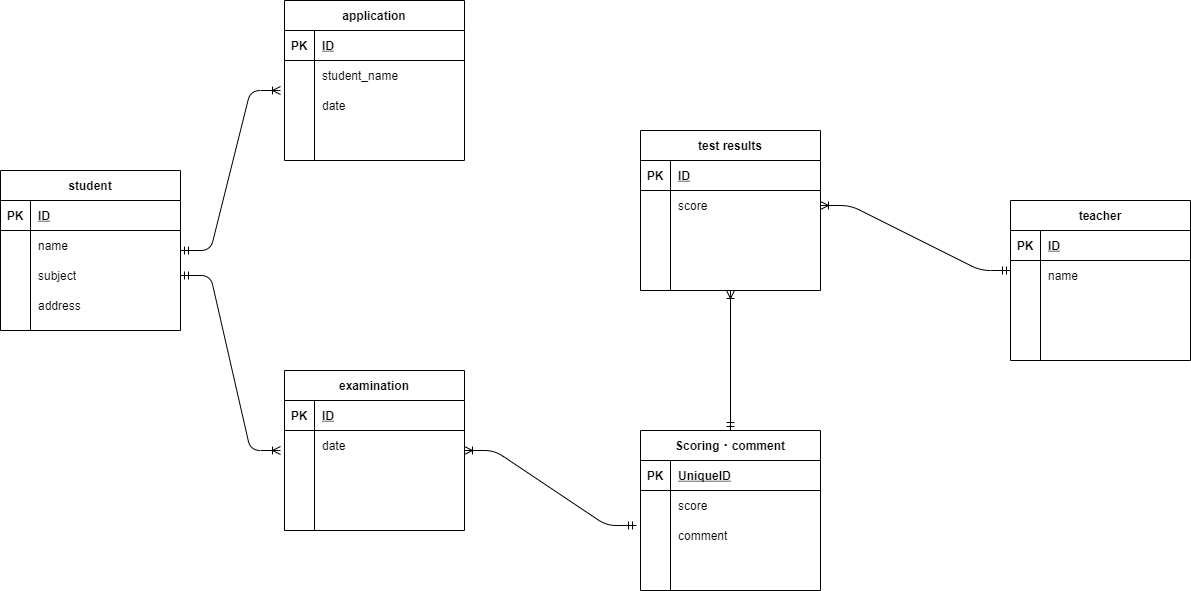
Above: index.drawio.png in nishida-riyo/coachtech-DBER (draw.io), before the change. Source tidied: cells renumbered, new cells last; positions are measured from the earlier drawing's top-left corner, leaving out a move shared by most shapes.
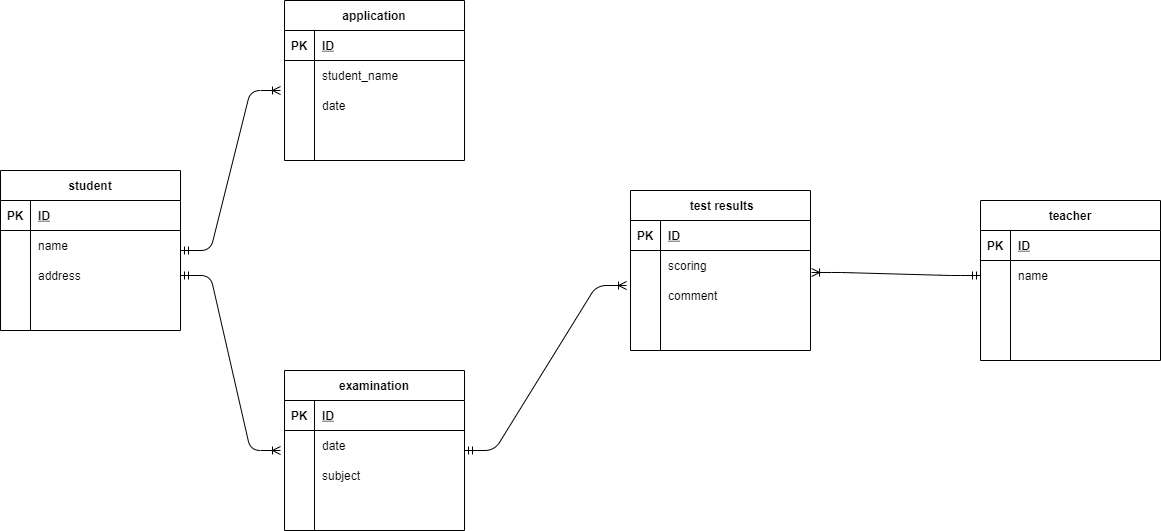
Above is the later version.

Commit message:
データベース演習課題修正

What changed in the source:
```diff
@@ -29,7 +29,7 @@
     <mxCell id="10" style="shape=partialRectangle;fillColor=none;top=0;left=0;bottom=0;right=0;overflow=hidden;" parent="9" vertex="1">
       <mxGeometry width="30" height="30" as="geometry" />
     </mxCell>
-    <mxCell id="11" value="subject" style="shape=partialRectangle;fillColor=none;top=0;left=0;bottom=0;right=0;align=left;spacingLeft=6;overflow=hidden;" parent="9" vertex="1">
+    <mxCell id="11" value="address" style="shape=partialRectangle;fillColor=none;top=0;left=0;bottom=0;right=0;align=left;spacingLeft=6;overflow=hidden;" parent="9" vertex="1">
       <mxGeometry x="30" width="150" height="30" as="geometry" />
     </mxCell>
     <mxCell id="12" style="shape=partialRectangle;fillColor=none;top=0;left=0;bottom=0;right=0;" parent="2" vertex="1">
@@ -38,7 +38,7 @@
     <mxCell id="13" style="shape=partialRectangle;fillColor=none;top=0;left=0;bottom=0;right=0;overflow=hidden;" parent="12" vertex="1">
       <mxGeometry width="30" height="30" as="geometry" />
     </mxCell>
-    <mxCell id="14" value="address" style="shape=partialRectangle;fillColor=none;top=0;left=0;bottom=0;right=0;align=left;spacingLeft=6;overflow=hidden;" parent="12" vertex="1">
+    <mxCell id="14" style="shape=partialRectangle;fillColor=none;top=0;left=0;bottom=0;right=0;align=left;spacingLeft=6;overflow=hidden;" parent="12" vertex="1">
       <mxGeometry x="30" width="150" height="30" as="geometry" />
     </mxCell>
     <mxCell id="15" value="application" style="shape=table;startSize=30;rowLines=0;fontStyle=1;align=center;" parent="1" vertex="1">
@@ -107,7 +107,7 @@
     <mxCell id="36" style="shape=partialRectangle;fillColor=none;top=0;left=0;bottom=0;right=0;overflow=hidden;" parent="35" vertex="1">
       <mxGeometry width="30" height="30" as="geometry" />
     </mxCell>
-    <mxCell id="37" style="shape=partialRectangle;fillColor=none;top=0;left=0;bottom=0;right=0;align=left;spacingLeft=6;overflow=hidden;" parent="35" vertex="1">
+    <mxCell id="37" value="subject" style="shape=partialRectangle;fillColor=none;top=0;left=0;bottom=0;right=0;align=left;spacingLeft=6;overflow=hidden;" parent="35" vertex="1">
       <mxGeometry x="30" width="150" height="30" as="geometry" />
     </mxCell>
     <mxCell id="38" style="shape=partialRectangle;fillColor=none;top=0;left=0;bottom=0;right=0;" parent="28" vertex="1">
@@ -120,7 +120,7 @@
       <mxGeometry x="30" width="150" height="30" as="geometry" />
     </mxCell>
     <mxCell id="41" value="teacher" style="shape=table;startSize=30;rowLines=0;fontStyle=1;align=center;" parent="1" vertex="1">
-      <mxGeometry x="1010" y="200" width="180" height="160" as="geometry" />
+      <mxGeometry x="980" y="200" width="180" height="160" as="geometry" />
     </mxCell>
     <mxCell id="42" style="shape=partialRectangle;fillColor=none;top=0;left=0;bottom=1;right=0;" parent="41" vertex="1">
       <mxGeometry y="30" width="180" height="30" as="geometry" />
@@ -169,47 +169,8 @@
         <mxPoint x="280" y="450" as="targetPoint" />
       </mxGeometry>
     </mxCell>
-    <mxCell id="56" value="test results" style="shape=table;startSize=30;rowLines=0;fontStyle=1;align=center;" parent="1" vertex="1">
-      <mxGeometry x="640" y="130" width="180" height="160" as="geometry" />
-    </mxCell>
-    <mxCell id="57" style="shape=partialRectangle;fillColor=none;top=0;left=0;bottom=1;right=0;" parent="56" vertex="1">
-      <mxGeometry y="30" width="180" height="30" as="geometry" />
-    </mxCell>
-    <mxCell id="58" value="PK" style="shape=partialRectangle;fillColor=none;top=0;left=0;bottom=0;right=0;fontStyle=1;overflow=hidden;" parent="57" vertex="1">
-      <mxGeometry width="30" height="30" as="geometry" />
-    </mxCell>
-    <mxCell id="59" value="ID" style="shape=partialRectangle;fillColor=none;top=0;left=0;bottom=0;right=0;align=left;spacingLeft=6;fontStyle=5;overflow=hidden;" parent="57" vertex="1">
-      <mxGeometry x="30" width="150" height="30" as="geometry" />
-    </mxCell>
-    <mxCell id="60" style="shape=partialRectangle;fillColor=none;top=0;left=0;bottom=0;right=0;points=[[0,0.5],[1,0.5]];portConstraint=eastwest;" parent="56" vertex="1">
-      <mxGeometry y="60" width="180" height="30" as="geometry" />
-    </mxCell>
-    <mxCell id="61" style="shape=partialRectangle;fillColor=none;top=0;left=0;bottom=0;right=0;overflow=hidden;" parent="60" vertex="1">
-      <mxGeometry width="30" height="30" as="geometry" />
-    </mxCell>
-    <mxCell id="62" value="score" style="shape=partialRectangle;fillColor=none;top=0;left=0;bottom=0;right=0;align=left;spacingLeft=6;overflow=hidden;" parent="60" vertex="1">
-      <mxGeometry x="30" width="150" height="30" as="geometry" />
-    </mxCell>
-    <mxCell id="63" style="shape=partialRectangle;fillColor=none;top=0;left=0;bottom=0;right=0;" parent="56" vertex="1">
-      <mxGeometry y="90" width="180" height="30" as="geometry" />
-    </mxCell>
-    <mxCell id="64" style="shape=partialRectangle;fillColor=none;top=0;left=0;bottom=0;right=0;overflow=hidden;" parent="63" vertex="1">
-      <mxGeometry width="30" height="30" as="geometry" />
-    </mxCell>
-    <mxCell id="65" style="shape=partialRectangle;fillColor=none;top=0;left=0;bottom=0;right=0;align=left;spacingLeft=6;overflow=hidden;" parent="63" vertex="1">
-      <mxGeometry x="30" width="150" height="30" as="geometry" />
-    </mxCell>
-    <mxCell id="66" style="shape=partialRectangle;fillColor=none;top=0;left=0;bottom=0;right=0;" parent="56" vertex="1">
-      <mxGeometry y="120" width="180" height="30" as="geometry" />
-    </mxCell>
-    <mxCell id="67" style="shape=partialRectangle;fillColor=none;top=0;left=0;bottom=0;right=0;overflow=hidden;" parent="66" vertex="1">
-      <mxGeometry width="30" height="30" as="geometry" />
-    </mxCell>
-    <mxCell id="68" style="shape=partialRectangle;fillColor=none;top=0;left=0;bottom=0;right=0;align=left;spacingLeft=6;overflow=hidden;" parent="66" vertex="1">
-      <mxGeometry x="30" width="150" height="30" as="geometry" />
-    </mxCell>
-    <mxCell id="69" value="Scoring・comment" style="shape=table;startSize=30;rowLines=0;fontStyle=1;align=center;" parent="1" vertex="1">
-      <mxGeometry x="640" y="430" width="180" height="160" as="geometry" />
+    <mxCell id="69" value=" test results" style="shape=table;startSize=30;rowLines=0;fontStyle=1;align=center;" parent="1" vertex="1">
+      <mxGeometry x="630" y="190" width="180" height="160" as="geometry" />
     </mxCell>
     <mxCell id="70" style="shape=partialRectangle;fillColor=none;top=0;left=0;bottom=1;right=0;" parent="69" vertex="1">
       <mxGeometry y="30" width="180" height="30" as="geometry" />
@@ -217,7 +178,7 @@
     <mxCell id="71" value="PK" style="shape=partialRectangle;fillColor=none;top=0;left=0;bottom=0;right=0;fontStyle=1;overflow=hidden;" parent="70" vertex="1">
       <mxGeometry width="30" height="30" as="geometry" />
     </mxCell>
-    <mxCell id="72" value="UniqueID" style="shape=partialRectangle;fillColor=none;top=0;left=0;bottom=0;right=0;align=left;spacingLeft=6;fontStyle=5;overflow=hidden;" parent="70" vertex="1">
+    <mxCell id="72" value="ID" style="shape=partialRectangle;fillColor=none;top=0;left=0;bottom=0;right=0;align=left;spacingLeft=6;fontStyle=5;overflow=hidden;" parent="70" vertex="1">
       <mxGeometry x="30" width="150" height="30" as="geometry" />
     </mxCell>
     <mxCell id="73" style="shape=partialRectangle;fillColor=none;top=0;left=0;bottom=0;right=0;points=[[0,0.5],[1,0.5]];portConstraint=eastwest;" parent="69" vertex="1">
@@ -226,7 +187,7 @@
     <mxCell id="74" style="shape=partialRectangle;fillColor=none;top=0;left=0;bottom=0;right=0;overflow=hidden;" parent="73" vertex="1">
       <mxGeometry width="30" height="30" as="geometry" />
     </mxCell>
-    <mxCell id="75" value="score" style="shape=partialRectangle;fillColor=none;top=0;left=0;bottom=0;right=0;align=left;spacingLeft=6;overflow=hidden;" parent="73" vertex="1">
+    <mxCell id="75" value="scoring" style="shape=partialRectangle;fillColor=none;top=0;left=0;bottom=0;right=0;align=left;spacingLeft=6;overflow=hidden;" parent="73" vertex="1">
       <mxGeometry x="30" width="150" height="30" as="geometry" />
     </mxCell>
     <mxCell id="76" style="shape=partialRectangle;fillColor=none;top=0;left=0;bottom=0;right=0;points=[[0,0.5],[1,0.5]];portConstraint=eastwest;" parent="69" vertex="1">
@@ -247,20 +208,13 @@
     <mxCell id="81" style="shape=partialRectangle;fillColor=none;top=0;left=0;bottom=0;right=0;align=left;spacingLeft=6;overflow=hidden;" parent="79" vertex="1">
       <mxGeometry x="30" width="150" height="30" as="geometry" />
     </mxCell>
-    <mxCell id="82" style="edgeStyle=entityRelationEdgeStyle;fontSize=12;html=1;endArrow=ERmandOne;startArrow=ERoneToMany;exitX=1;exitY=0.5;exitDx=0;exitDy=0;endFill=0;startFill=0;" parent="1" edge="1" source="60">
-      <mxGeometry relative="1" as="geometry">
-        <mxPoint x="1010" y="270" as="targetPoint" />
-      </mxGeometry>
+    <mxCell id="82" style="edgeStyle=entityRelationEdgeStyle;fontSize=12;html=1;endArrow=ERmandOne;startArrow=ERoneToMany;exitX=1.006;exitY=0.733;exitDx=0;exitDy=0;endFill=0;startFill=0;exitPerimeter=0;entryX=0;entryY=0.5;entryDx=0;entryDy=0;" parent="1" edge="1" source="73" target="45">
+      <mxGeometry relative="1" as="geometry" />
     </mxCell>
-    <mxCell id="83" style="edgeStyle=entityRelationEdgeStyle;fontSize=12;html=1;endArrow=ERmandOne;startArrow=ERoneToMany;entryX=-0.022;entryY=0.167;entryDx=0;entryDy=0;entryPerimeter=0;startFill=0;" parent="1" edge="1" target="76">
+    <mxCell id="83" style="edgeStyle=entityRelationEdgeStyle;fontSize=12;html=1;endArrow=ERoneToMany;startArrow=ERmandOne;entryX=-0.022;entryY=0.167;entryDx=0;entryDy=0;entryPerimeter=0;startFill=0;endFill=0;" parent="1" edge="1" target="76">
       <mxGeometry relative="1" as="geometry">
         <mxPoint x="464" y="450" as="sourcePoint" />
       </mxGeometry>
     </mxCell>
-    <mxCell id="84" style="fontSize=12;html=1;endArrow=ERoneToMany;startArrow=ERmandOne;exitX=0.5;exitY=0;exitDx=0;exitDy=0;startFill=0;endFill=0;" parent="1" edge="1" source="69">
-      <mxGeometry relative="1" as="geometry">
-        <mxPoint x="730" y="290" as="targetPoint" />
-      </mxGeometry>
-    </mxCell>
   </root>
 </mxGraphModel>
```
